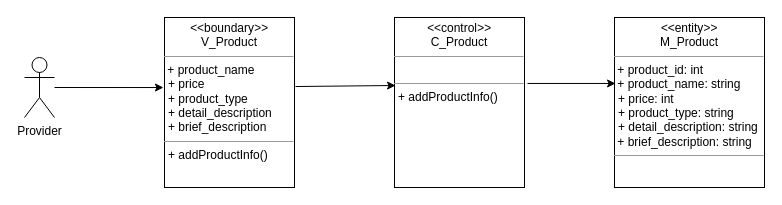
hoangminh15/PTTKHT keeps this draw.io diagram as Lop_tham_gia_Usecase/ThemSanPhamClass.drawio. Above is the earlier version. Source tidied: cells renumbered, new cells numbered last; positions are measured from the earlier drawing's top-left corner, leaving out a move shared by most shapes. Both pictures are drawn from the tidied source at 100%, with x=0, y=0 at pixel (24, 17).
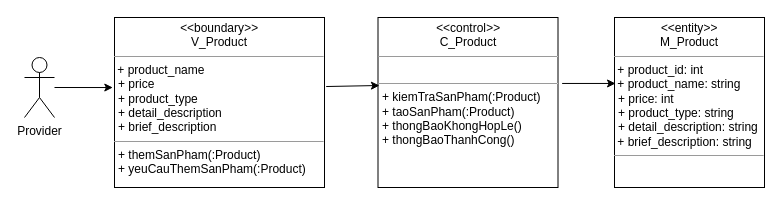
After the change.

Diff of the diagram source:
```diff
@@
 <mxGraphModel>
   <root>
     <mxCell id="0" />
     <mxCell id="1" parent="0" />
     <mxCell id="2" value="Provider" style="shape=umlActor;verticalLabelPosition=bottom;verticalAlign=top;html=1;" parent="1" vertex="1">
       <mxGeometry y="40" width="30" height="60" as="geometry" />
     </mxCell>
-    <mxCell id="3" value="&lt;p style=&quot;margin: 0px ; margin-top: 4px ; text-align: center&quot;&gt;&lt;i&gt;&amp;lt;&lt;/i&gt;&amp;lt;boundary&lt;i&gt;&amp;gt;&amp;gt;&lt;/i&gt;&lt;br&gt;V_Product&lt;/p&gt;&lt;hr size=&quot;1&quot;&gt;&amp;nbsp;+ product_name&lt;br&gt;&lt;p style=&quot;margin: 0px ; margin-left: 4px&quot;&gt;+ price&lt;br&gt;&lt;/p&gt;&lt;p style=&quot;margin: 0px ; margin-left: 4px&quot;&gt;+ product_type&lt;br&gt;&lt;/p&gt;&lt;p style=&quot;margin: 0px ; margin-left: 4px&quot;&gt;+ detail_description&lt;br&gt;&lt;/p&gt;&lt;p style=&quot;margin: 0px ; margin-left: 4px&quot;&gt;+ brief_description&lt;br&gt;&lt;/p&gt;&lt;hr size=&quot;1&quot;&gt;&lt;p style=&quot;margin: 0px ; margin-left: 4px&quot;&gt;+ addProductInfo()&lt;br&gt;&lt;/p&gt;" style="verticalAlign=top;align=left;overflow=fill;fontSize=12;fontFamily=Helvetica;html=1;" parent="1" vertex="1">
-      <mxGeometry x="140" width="130" height="170" as="geometry" />
+    <mxCell id="3" value="&lt;p style=&quot;margin: 0px ; margin-top: 4px ; text-align: center&quot;&gt;&lt;i&gt;&amp;lt;&lt;/i&gt;&amp;lt;boundary&lt;i&gt;&amp;gt;&amp;gt;&lt;/i&gt;&lt;br&gt;V_Product&lt;/p&gt;&lt;hr size=&quot;1&quot;&gt;&amp;nbsp;+ product_name&lt;br&gt;&lt;p style=&quot;margin: 0px ; margin-left: 4px&quot;&gt;+ price&lt;br&gt;&lt;/p&gt;&lt;p style=&quot;margin: 0px ; margin-left: 4px&quot;&gt;+ product_type&lt;br&gt;&lt;/p&gt;&lt;p style=&quot;margin: 0px ; margin-left: 4px&quot;&gt;+ detail_description&lt;br&gt;&lt;/p&gt;&lt;p style=&quot;margin: 0px ; margin-left: 4px&quot;&gt;+ brief_description&lt;br&gt;&lt;/p&gt;&lt;hr size=&quot;1&quot;&gt;&lt;p style=&quot;margin: 0px ; margin-left: 4px&quot;&gt;+ themSanPham(:Product)&lt;/p&gt;&lt;p style=&quot;margin: 0px ; margin-left: 4px&quot;&gt;+ yeuCauThemSanPham(:Product)&lt;br&gt;&lt;/p&gt;" style="verticalAlign=top;align=left;overflow=fill;fontSize=12;fontFamily=Helvetica;html=1;" parent="1" vertex="1">
+      <mxGeometry x="90" width="210" height="170" as="geometry" />
     </mxCell>
-    <mxCell id="4" value="&lt;p style=&quot;margin: 0px ; margin-top: 4px ; text-align: center&quot;&gt;&lt;i&gt;&amp;lt;&lt;/i&gt;&amp;lt;control&lt;i&gt;&amp;gt;&amp;gt;&lt;/i&gt;&lt;br&gt;C_Product&lt;/p&gt;&lt;hr size=&quot;1&quot;&gt;&lt;br&gt;&lt;hr size=&quot;1&quot;&gt;&lt;p style=&quot;margin: 0px ; margin-left: 4px&quot;&gt;+ addProductInfo()&lt;br&gt;&lt;br&gt;&lt;/p&gt;" style="verticalAlign=top;align=left;overflow=fill;fontSize=12;fontFamily=Helvetica;html=1;" parent="1" vertex="1">
-      <mxGeometry x="370" width="130" height="170" as="geometry" />
+    <mxCell id="4" value="&lt;p style=&quot;margin: 0px ; margin-top: 4px ; text-align: center&quot;&gt;&lt;i&gt;&amp;lt;&lt;/i&gt;&amp;lt;control&lt;i&gt;&amp;gt;&amp;gt;&lt;/i&gt;&lt;br&gt;C_Product&lt;/p&gt;&lt;hr size=&quot;1&quot;&gt;&lt;br&gt;&lt;hr size=&quot;1&quot;&gt;&lt;p style=&quot;margin: 0px ; margin-left: 4px&quot;&gt;+ kiemTraSanPham(:Product)&lt;/p&gt;&lt;p style=&quot;margin: 0px ; margin-left: 4px&quot;&gt;+ taoSanPham(:Product)&lt;/p&gt;&lt;p style=&quot;margin: 0px ; margin-left: 4px&quot;&gt;+ thongBaoKhongHopLe()&lt;/p&gt;&lt;p style=&quot;margin: 0px ; margin-left: 4px&quot;&gt;+ thongBaoThanhCong()&lt;br&gt;&lt;/p&gt;" style="verticalAlign=top;align=left;overflow=fill;fontSize=12;fontFamily=Helvetica;html=1;" parent="1" vertex="1">
+      <mxGeometry x="353.5" width="180" height="170" as="geometry" />
     </mxCell>
     <mxCell id="5" style="endArrow=classic;html=1;exitX=1.008;exitY=0.406;exitDx=0;exitDy=0;exitPerimeter=0;entryX=0.008;entryY=0.4;entryDx=0;entryDy=0;entryPerimeter=0;" parent="1" edge="1" source="3" target="4">
       <mxGeometry relative="1" as="geometry" />
     </mxCell>
     <mxCell id="6" style="endArrow=classic;html=1;entryX=-0.008;entryY=0.412;entryDx=0;entryDy=0;entryPerimeter=0;" parent="1" edge="1" source="2" target="3">
       <mxGeometry relative="1" as="geometry" />
     </mxCell>
     <mxCell id="7" value="&lt;p style=&quot;margin: 0px ; margin-top: 4px ; text-align: center&quot;&gt;&lt;i&gt;&amp;lt;&lt;/i&gt;&amp;lt;entity&lt;i&gt;&amp;gt;&amp;gt;&lt;/i&gt;&lt;br&gt;M_Product&lt;/p&gt;&lt;hr size=&quot;1&quot;&gt;&lt;div&gt;&amp;nbsp;+ product_id: int&lt;br&gt;&lt;/div&gt;&lt;div&gt;&amp;nbsp;+ product_name: string&lt;br&gt;&lt;/div&gt;&lt;p style=&quot;margin: 0px ; margin-left: 4px&quot;&gt;+ price: int&lt;br&gt;&lt;/p&gt;&lt;p style=&quot;margin: 0px ; margin-left: 4px&quot;&gt;+ product_type: string&lt;br&gt;&lt;/p&gt;&lt;p style=&quot;margin: 0px ; margin-left: 4px&quot;&gt;+ detail_description: string&lt;br&gt;&lt;/p&gt;&amp;nbsp;+ brief_description: string&lt;br&gt;&lt;hr size=&quot;1&quot;&gt;&lt;p style=&quot;margin: 0px ; margin-left: 4px&quot;&gt;&lt;br&gt;&lt;br&gt;&lt;/p&gt;" style="verticalAlign=top;align=left;overflow=fill;fontSize=12;fontFamily=Helvetica;html=1;" parent="1" vertex="1">
       <mxGeometry x="590" width="150" height="170" as="geometry" />
     </mxCell>
     <mxCell id="8" style="endArrow=classic;html=1;exitX=1.023;exitY=0.388;exitDx=0;exitDy=0;exitPerimeter=0;entryX=0.007;entryY=0.388;entryDx=0;entryDy=0;entryPerimeter=0;" parent="1" edge="1" source="4" target="7">
       <mxGeometry relative="1" as="geometry" />
     </mxCell>
   </root>
 </mxGraphModel>
```
